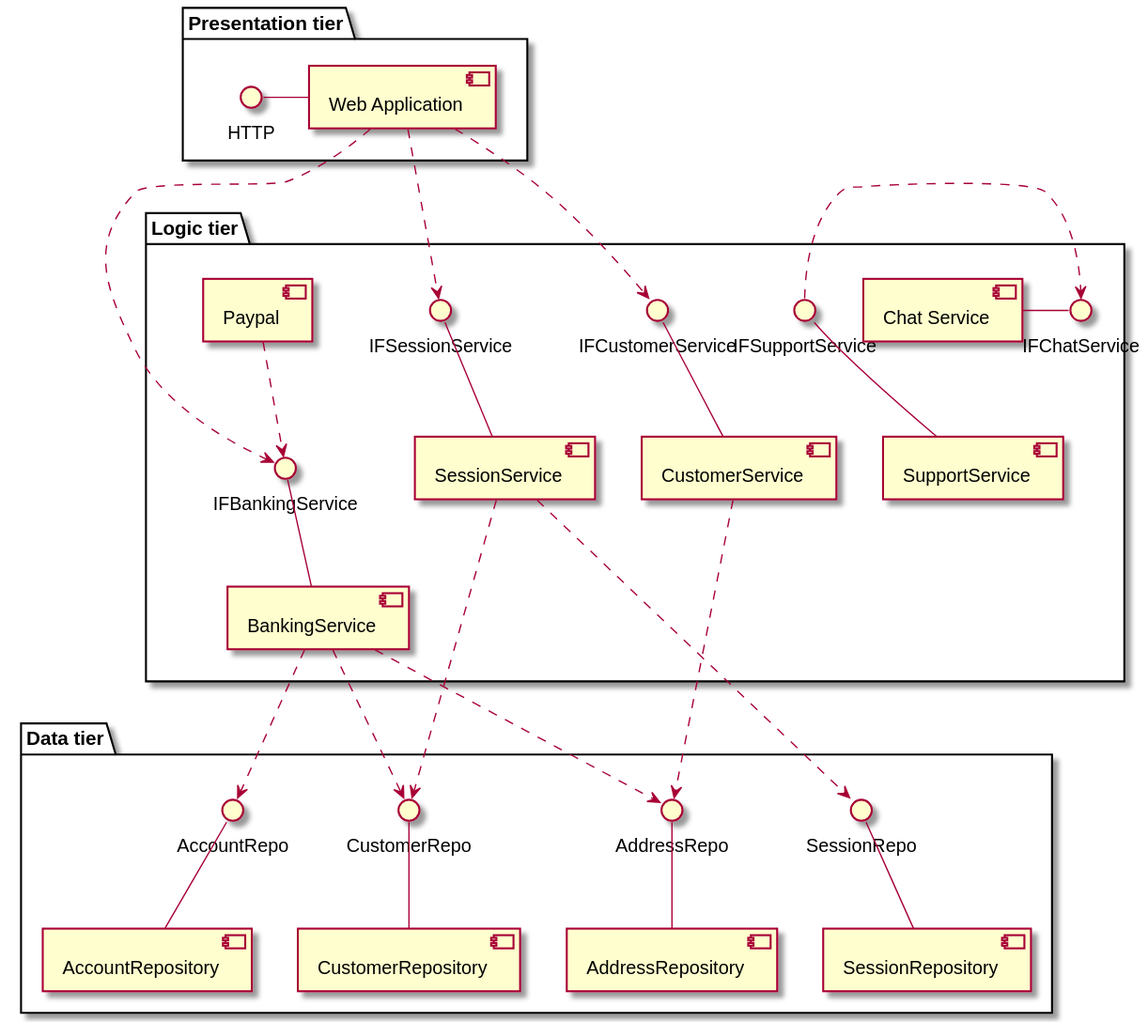
The PlantUML diagram documentation/diagrams/generatedDiagrams/DiagramComponent_BankingService.svg in SteffBauer/sw_project, before a commit. Its diagram source:
```plantuml
@startuml

package "Presentation tier" as presentation {
  HTTP - [Web Application]
}

package "Logic tier" as logic {
  IFSupportService -- [SupportService]
  IFBankingService -- [BankingService]
  IFSessionService -- [SessionService]
  IFCustomerService -- [CustomerService]

  [Web Application] ..> IFBankingService
  [Web Application] ..> IFSessionService
  [Web Application] ..> IFCustomerService

  [Paypal] ..> IFBankingService

  [Chat Service] - IFChatService
  IFSupportService .> IFChatService

}

package "Data tier" {
  CustomerRepo -down- [CustomerRepository]
  AccountRepo -down- [AccountRepository]
  AddressRepo -down- [AddressRepository]
  SessionRepo -down- [SessionRepository]

  [BankingService] .> CustomerRepo
  [SessionService] .> CustomerRepo

  [BankingService] .> AddressRepo
  [CustomerService] .> AddressRepo

  [BankingService] .> AccountRepo

  [SessionService] -..> SessionRepo
}

presentation -[hidden]-> logic




@enduml
```
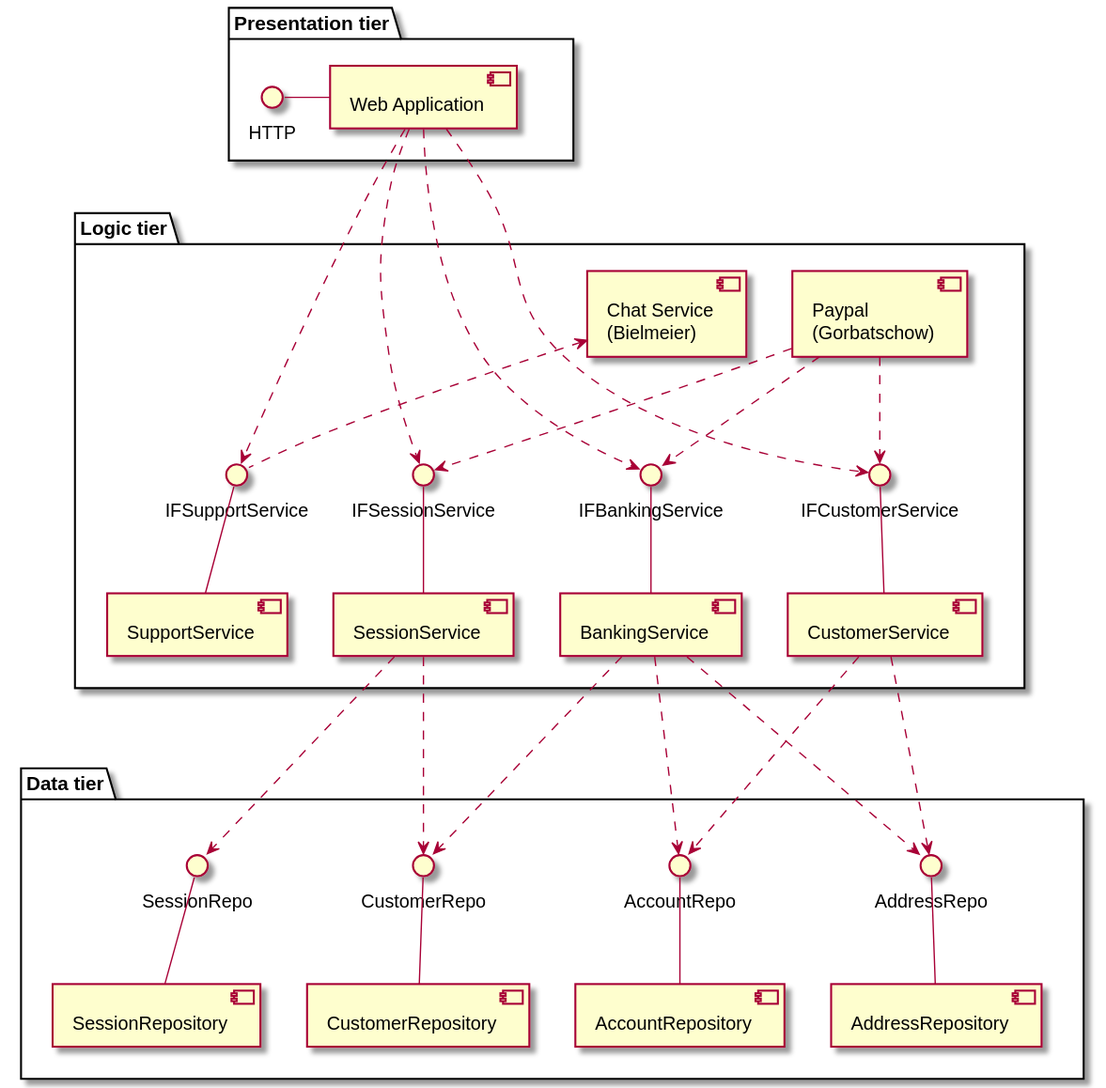
The same file after the commit.

Commit message:
Worked on component diagram and updated word document

Diff of the diagram source:
```diff
@@ -5,40 +5,44 @@
 }
 
 package "Logic tier" as logic {
-  IFSupportService -- [SupportService]
-  IFBankingService -- [BankingService]
-  IFSessionService -- [SessionService]
-  IFCustomerService -- [CustomerService]
+  IFSupportService -down- [SupportService]
+  IFBankingService -down- [BankingService]
+  IFSessionService -down- [SessionService]
+  IFCustomerService -down- [CustomerService]
 
-  [Web Application] ..> IFBankingService
-  [Web Application] ..> IFSessionService
-  [Web Application] ..> IFCustomerService
+  [Web Application] .> IFBankingService
+  [Web Application] ...> IFSessionService
+  [Web Application] .> IFCustomerService
+  [Web Application] .> IFSupportService
 
-  [Paypal] ..> IFBankingService
+  [Paypal\n(Gorbatschow)] .down.> IFBankingService
+  [Paypal\n(Gorbatschow)] .down.> IFCustomerService
+  [Paypal\n(Gorbatschow)] .down.> IFSessionService
 
-  [Chat Service] - IFChatService
-  IFSupportService .> IFChatService
+  IFSupportService .up.> [Chat Service\n(Bielmeier)]
 
 }
 
-package "Data tier" {
+package "Data tier" as data {
   CustomerRepo -down- [CustomerRepository]
   AccountRepo -down- [AccountRepository]
   AddressRepo -down- [AddressRepository]
   SessionRepo -down- [SessionRepository]
 
-  [BankingService] .> CustomerRepo
-  [SessionService] .> CustomerRepo
+  [BankingService] ...> CustomerRepo
+  [SessionService] ...> CustomerRepo
 
   [BankingService] .> AddressRepo
   [CustomerService] .> AddressRepo
 
   [BankingService] .> AccountRepo
+  [CustomerService] .> AccountRepo
 
   [SessionService] -..> SessionRepo
 }
 
 presentation -[hidden]-> logic
+logic -[hidden]-> data
 
 
 
```
